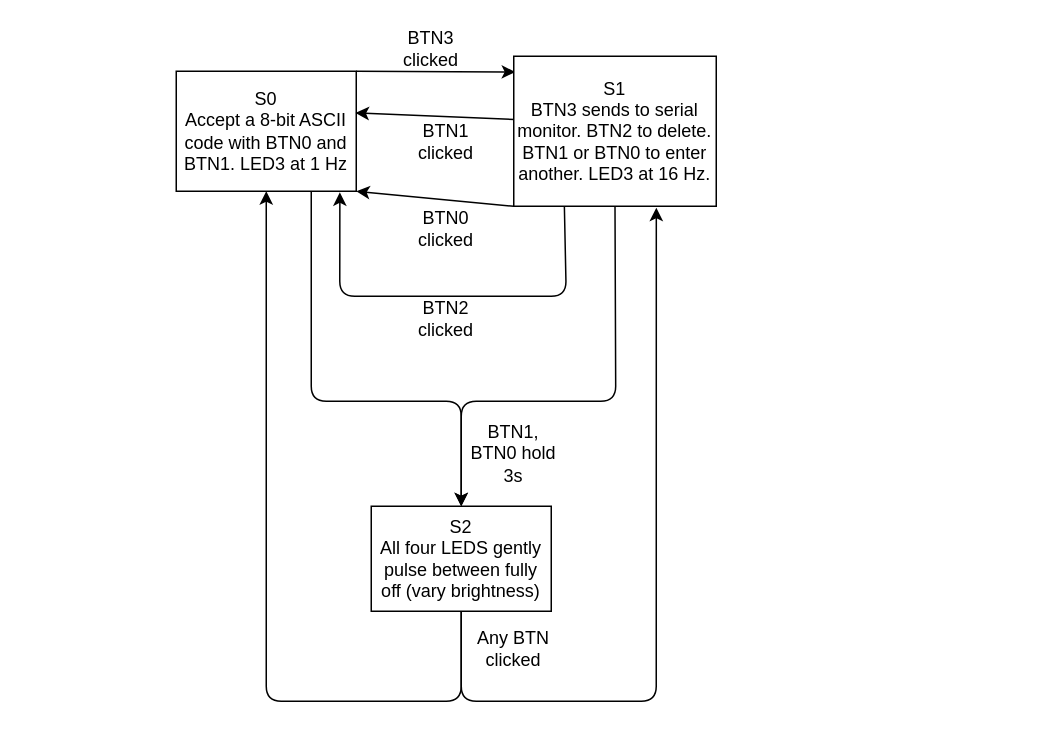
pophoppyshop/eie_nrf52840 keeps this draw.io diagram as app/src/state_machine.drawio. Above is the earlier version. Source tidied: cells renumbered, new cells numbered last; positions are measured from the earlier drawing's top-left corner, leaving out a move shared by most shapes. Both pictures are drawn from the tidied source at 150%, with x=0, y=0 at pixel (176, 26).
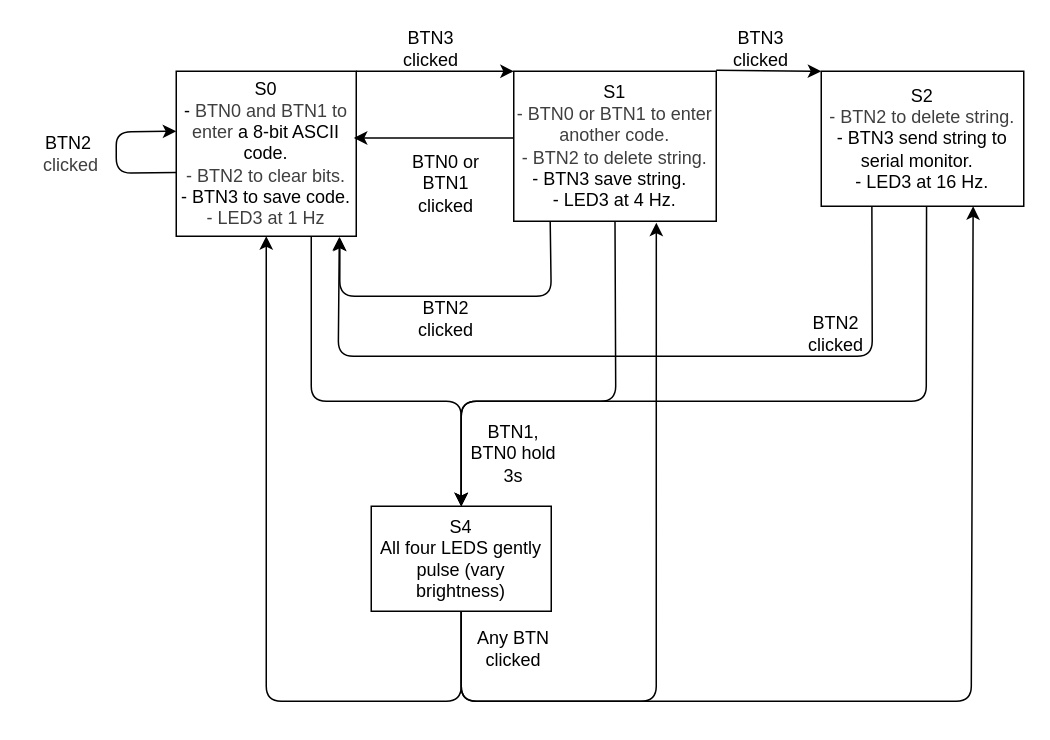
The same page after the edit.

Commit message:
Updated state machine diagram

The edit, as a diff of the source:
```diff
@@
-    <mxCell id="3" value="S0&lt;div&gt;Accept a 8-bit ASCII code with BTN0 and BTN1. LED3 at 1 Hz&lt;/div&gt;" style="rounded=0;whiteSpace=wrap;html=1;" parent="1" vertex="1">
-      <mxGeometry y="30" width="120" height="80" as="geometry" />
+    <mxCell id="3" value="S0&lt;div&gt;-&amp;nbsp;&lt;span style=&quot;color: rgb(63, 63, 63);&quot;&gt;BTN0 and BTN1 to enter&amp;nbsp;&lt;/span&gt;a 8-bit ASCII code.&lt;/div&gt;&lt;div&gt;&lt;span style=&quot;color: rgb(63, 63, 63);&quot;&gt;- BTN2 to clear bits.&lt;/span&gt;&lt;/div&gt;&lt;div&gt;- BTN3 to save code.&lt;/div&gt;&lt;div&gt;&lt;span style=&quot;color: rgb(63, 63, 63); background-color: transparent;&quot;&gt;- LED3 at 1 Hz&lt;/span&gt;&lt;/div&gt;" style="rounded=0;whiteSpace=wrap;html=1;" parent="1" vertex="1">
+      <mxGeometry y="30" width="120" height="110" as="geometry" />
     </mxCell>
-    <mxCell id="4" style="edgeStyle=none;html=1;exitX=1;exitY=0;exitDx=0;exitDy=0;entryX=0.007;entryY=0.105;entryDx=0;entryDy=0;entryPerimeter=0;" parent="1" edge="1" source="3" target="6">
+    <mxCell id="4" style="edgeStyle=none;html=1;exitX=1;exitY=0;exitDx=0;exitDy=0;entryX=0;entryY=0;entryDx=0;entryDy=0;" parent="1" edge="1" source="3" target="6">
       <mxGeometry relative="1" as="geometry" />
     </mxCell>
-    <mxCell id="5" style="edgeStyle=none;html=1;exitX=0.004;exitY=0.422;exitDx=0;exitDy=0;entryX=0.996;entryY=0.347;entryDx=0;entryDy=0;entryPerimeter=0;exitPerimeter=0;" parent="1" edge="1" source="6" target="3">
-      <mxGeometry relative="1" as="geometry" />
-    </mxCell>
-    <mxCell id="6" value="S1&lt;div&gt;BTN3 sends to serial monitor. BTN2 to delete. BTN1 or BTN0 to enter another. LED3 at 16 Hz.&lt;/div&gt;" style="rounded=0;whiteSpace=wrap;html=1;" parent="1" vertex="1">
-      <mxGeometry x="225" y="20" width="135" height="100" as="geometry" />
+    <mxCell id="6" value="S1&lt;div&gt;&lt;span style=&quot;color: rgb(63, 63, 63);&quot;&gt;-&amp;nbsp;&lt;/span&gt;&lt;span style=&quot;color: rgb(63, 63, 63);&quot;&gt;BTN0&amp;nbsp;&lt;/span&gt;&lt;span style=&quot;color: rgb(63, 63, 63);&quot;&gt;or BTN1 to enter another code.&lt;/span&gt;&lt;/div&gt;&lt;div&gt;&lt;span style=&quot;color: rgb(63, 63, 63);&quot;&gt;- BTN2 to delete string.&lt;/span&gt;&lt;/div&gt;&lt;div&gt;&lt;div&gt;- BTN3 save string.&amp;nbsp;&amp;nbsp;&lt;/div&gt;&lt;div&gt;- LED3 at 4 Hz.&lt;/div&gt;&lt;/div&gt;" style="rounded=0;whiteSpace=wrap;html=1;" parent="1" vertex="1">
+      <mxGeometry x="225" y="30" width="135" height="100" as="geometry" />
     </mxCell>
@@
+    <mxCell id="19" style="edgeStyle=none;html=1;exitX=0.5;exitY=1;exitDx=0;exitDy=0;entryX=0.75;entryY=1;entryDx=0;entryDy=0;" parent="1" edge="1" source="8" target="25">
+      <mxGeometry relative="1" as="geometry">
+        <Array as="points">
+          <mxPoint x="190" y="450" />
+          <mxPoint x="530" y="450" />
+        </Array>
+      </mxGeometry>
+    </mxCell>
-    <mxCell id="8" value="S2&lt;div&gt;All four LEDS gently pulse between fully off (vary brightness)&lt;/div&gt;" style="rounded=0;whiteSpace=wrap;html=1;" parent="1" vertex="1">
+    <mxCell id="8" value="S4&lt;div&gt;All four LEDS gently pulse (vary brightness)&lt;/div&gt;" style="rounded=0;whiteSpace=wrap;html=1;" parent="1" vertex="1">
       <mxGeometry x="130" y="320" width="120" height="70" as="geometry" />
     </mxCell>
@@
-    <mxCell id="11" value="BTN1 clicked" style="text;html=1;align=center;verticalAlign=middle;whiteSpace=wrap;rounded=0;" parent="1" vertex="1">
-      <mxGeometry x="150" y="61.7" width="60" height="30" as="geometry" />
-    </mxCell>
-    <mxCell id="12" style="edgeStyle=none;html=1;exitX=0;exitY=1;exitDx=0;exitDy=0;" parent="1" edge="1" source="6">
-      <mxGeometry relative="1" as="geometry">
-        <mxPoint x="120" y="110" as="targetPoint" />
-      </mxGeometry>
-    </mxCell>
-    <mxCell id="13" value="BTN0 clicked" style="text;html=1;align=center;verticalAlign=middle;whiteSpace=wrap;rounded=0;" parent="1" vertex="1">
-      <mxGeometry x="150" y="120" width="60" height="30" as="geometry" />
-    </mxCell>
-    <mxCell id="14" style="edgeStyle=none;html=1;entryX=0.909;entryY=1.009;entryDx=0;entryDy=0;exitX=0.25;exitY=1;exitDx=0;exitDy=0;entryPerimeter=0;" parent="1" edge="1" source="6" target="3">
+    <mxCell id="14" style="edgeStyle=none;html=1;entryX=0.909;entryY=1.009;entryDx=0;entryDy=0;entryPerimeter=0;exitX=0.18;exitY=1.001;exitDx=0;exitDy=0;exitPerimeter=0;" parent="1" edge="1" source="6" target="3">
       <mxGeometry relative="1" as="geometry">
         <Array as="points">
-          <mxPoint x="260" y="180" />
+          <mxPoint x="250" y="180" />
           <mxPoint x="170" y="180" />
           <mxPoint x="109" y="180" />
         </Array>
       </mxGeometry>
     </mxCell>
@@
+    <mxCell id="20" style="edgeStyle=none;html=1;exitX=0;exitY=0.5;exitDx=0;exitDy=0;entryX=0;entryY=0.25;entryDx=0;entryDy=0;" parent="1" edge="1">
+      <mxGeometry relative="1" as="geometry">
+        <mxPoint y="97.5" as="sourcePoint" />
+        <mxPoint y="70" as="targetPoint" />
+        <Array as="points">
+          <mxPoint x="-40" y="98" />
+          <mxPoint x="-40" y="70.5" />
+        </Array>
+      </mxGeometry>
+    </mxCell>
+    <mxCell id="21" value="BTN2&lt;span style=&quot;color: rgb(63, 63, 63); background-color: transparent;&quot;&gt;&amp;nbsp;&lt;/span&gt;&lt;div&gt;&lt;span style=&quot;color: rgb(63, 63, 63); background-color: transparent;&quot;&gt;clicked&lt;/span&gt;&lt;/div&gt;" style="text;html=1;align=center;verticalAlign=middle;whiteSpace=wrap;rounded=0;" parent="1" vertex="1">
+      <mxGeometry x="-100" y="70" width="60" height="30" as="geometry" />
+    </mxCell>
+    <mxCell id="22" style="edgeStyle=none;html=1;exitX=0;exitY=0.445;exitDx=0;exitDy=0;entryX=1.015;entryY=0.4;entryDx=0;entryDy=0;entryPerimeter=0;exitPerimeter=0;" parent="1" edge="1" source="6">
+      <mxGeometry relative="1" as="geometry">
+        <mxPoint x="118.4" y="74.5" as="targetPoint" />
+      </mxGeometry>
+    </mxCell>
+    <mxCell id="23" value="BTN0 or BTN1 clicked" style="text;html=1;align=center;verticalAlign=middle;whiteSpace=wrap;rounded=0;" parent="1" vertex="1">
+      <mxGeometry x="150" y="90" width="60" height="30" as="geometry" />
+    </mxCell>
+    <mxCell id="24" style="edgeStyle=none;html=1;exitX=0.52;exitY=0.995;exitDx=0;exitDy=0;exitPerimeter=0;" parent="1" edge="1" source="25">
+      <mxGeometry relative="1" as="geometry">
+        <mxPoint x="190" y="320" as="targetPoint" />
+        <Array as="points">
+          <mxPoint x="500" y="250" />
+          <mxPoint x="190" y="250" />
+        </Array>
+      </mxGeometry>
+    </mxCell>
+    <mxCell id="25" value="S2&lt;div&gt;&lt;span style=&quot;color: rgb(63, 63, 63);&quot;&gt;- BTN2 to delete string.&lt;/span&gt;&lt;/div&gt;&lt;div&gt;&lt;div&gt;- BTN3 send string to serial monitor.&amp;nbsp;&amp;nbsp;&lt;/div&gt;&lt;div&gt;- LED3 at 16 Hz.&lt;/div&gt;&lt;/div&gt;" style="rounded=0;whiteSpace=wrap;html=1;" parent="1" vertex="1">
+      <mxGeometry x="430" y="30" width="135" height="90" as="geometry" />
+    </mxCell>
+    <mxCell id="26" style="edgeStyle=none;html=1;exitX=1;exitY=0;exitDx=0;exitDy=0;entryX=0;entryY=0;entryDx=0;entryDy=0;" parent="1" edge="1" target="25">
+      <mxGeometry relative="1" as="geometry">
+        <mxPoint x="360" y="29.4" as="sourcePoint" />
+      </mxGeometry>
+    </mxCell>
+    <mxCell id="27" value="BTN3 clicked" style="text;html=1;align=center;verticalAlign=middle;whiteSpace=wrap;rounded=0;" parent="1" vertex="1">
+      <mxGeometry x="360" width="60" height="30" as="geometry" />
+    </mxCell>
+    <mxCell id="28" style="edgeStyle=none;html=1;exitX=0.25;exitY=1;exitDx=0;exitDy=0;entryX=0.906;entryY=1.004;entryDx=0;entryDy=0;entryPerimeter=0;" parent="1" edge="1" source="25" target="3">
+      <mxGeometry relative="1" as="geometry">
+        <Array as="points">
+          <mxPoint x="464" y="220" />
+          <mxPoint x="108" y="220" />
+        </Array>
+      </mxGeometry>
+    </mxCell>
+    <mxCell id="29" value="BTN2 clicked" style="text;html=1;align=center;verticalAlign=middle;whiteSpace=wrap;rounded=0;" parent="1" vertex="1">
+      <mxGeometry x="410" y="190" width="60" height="30" as="geometry" />
+    </mxCell>
```
